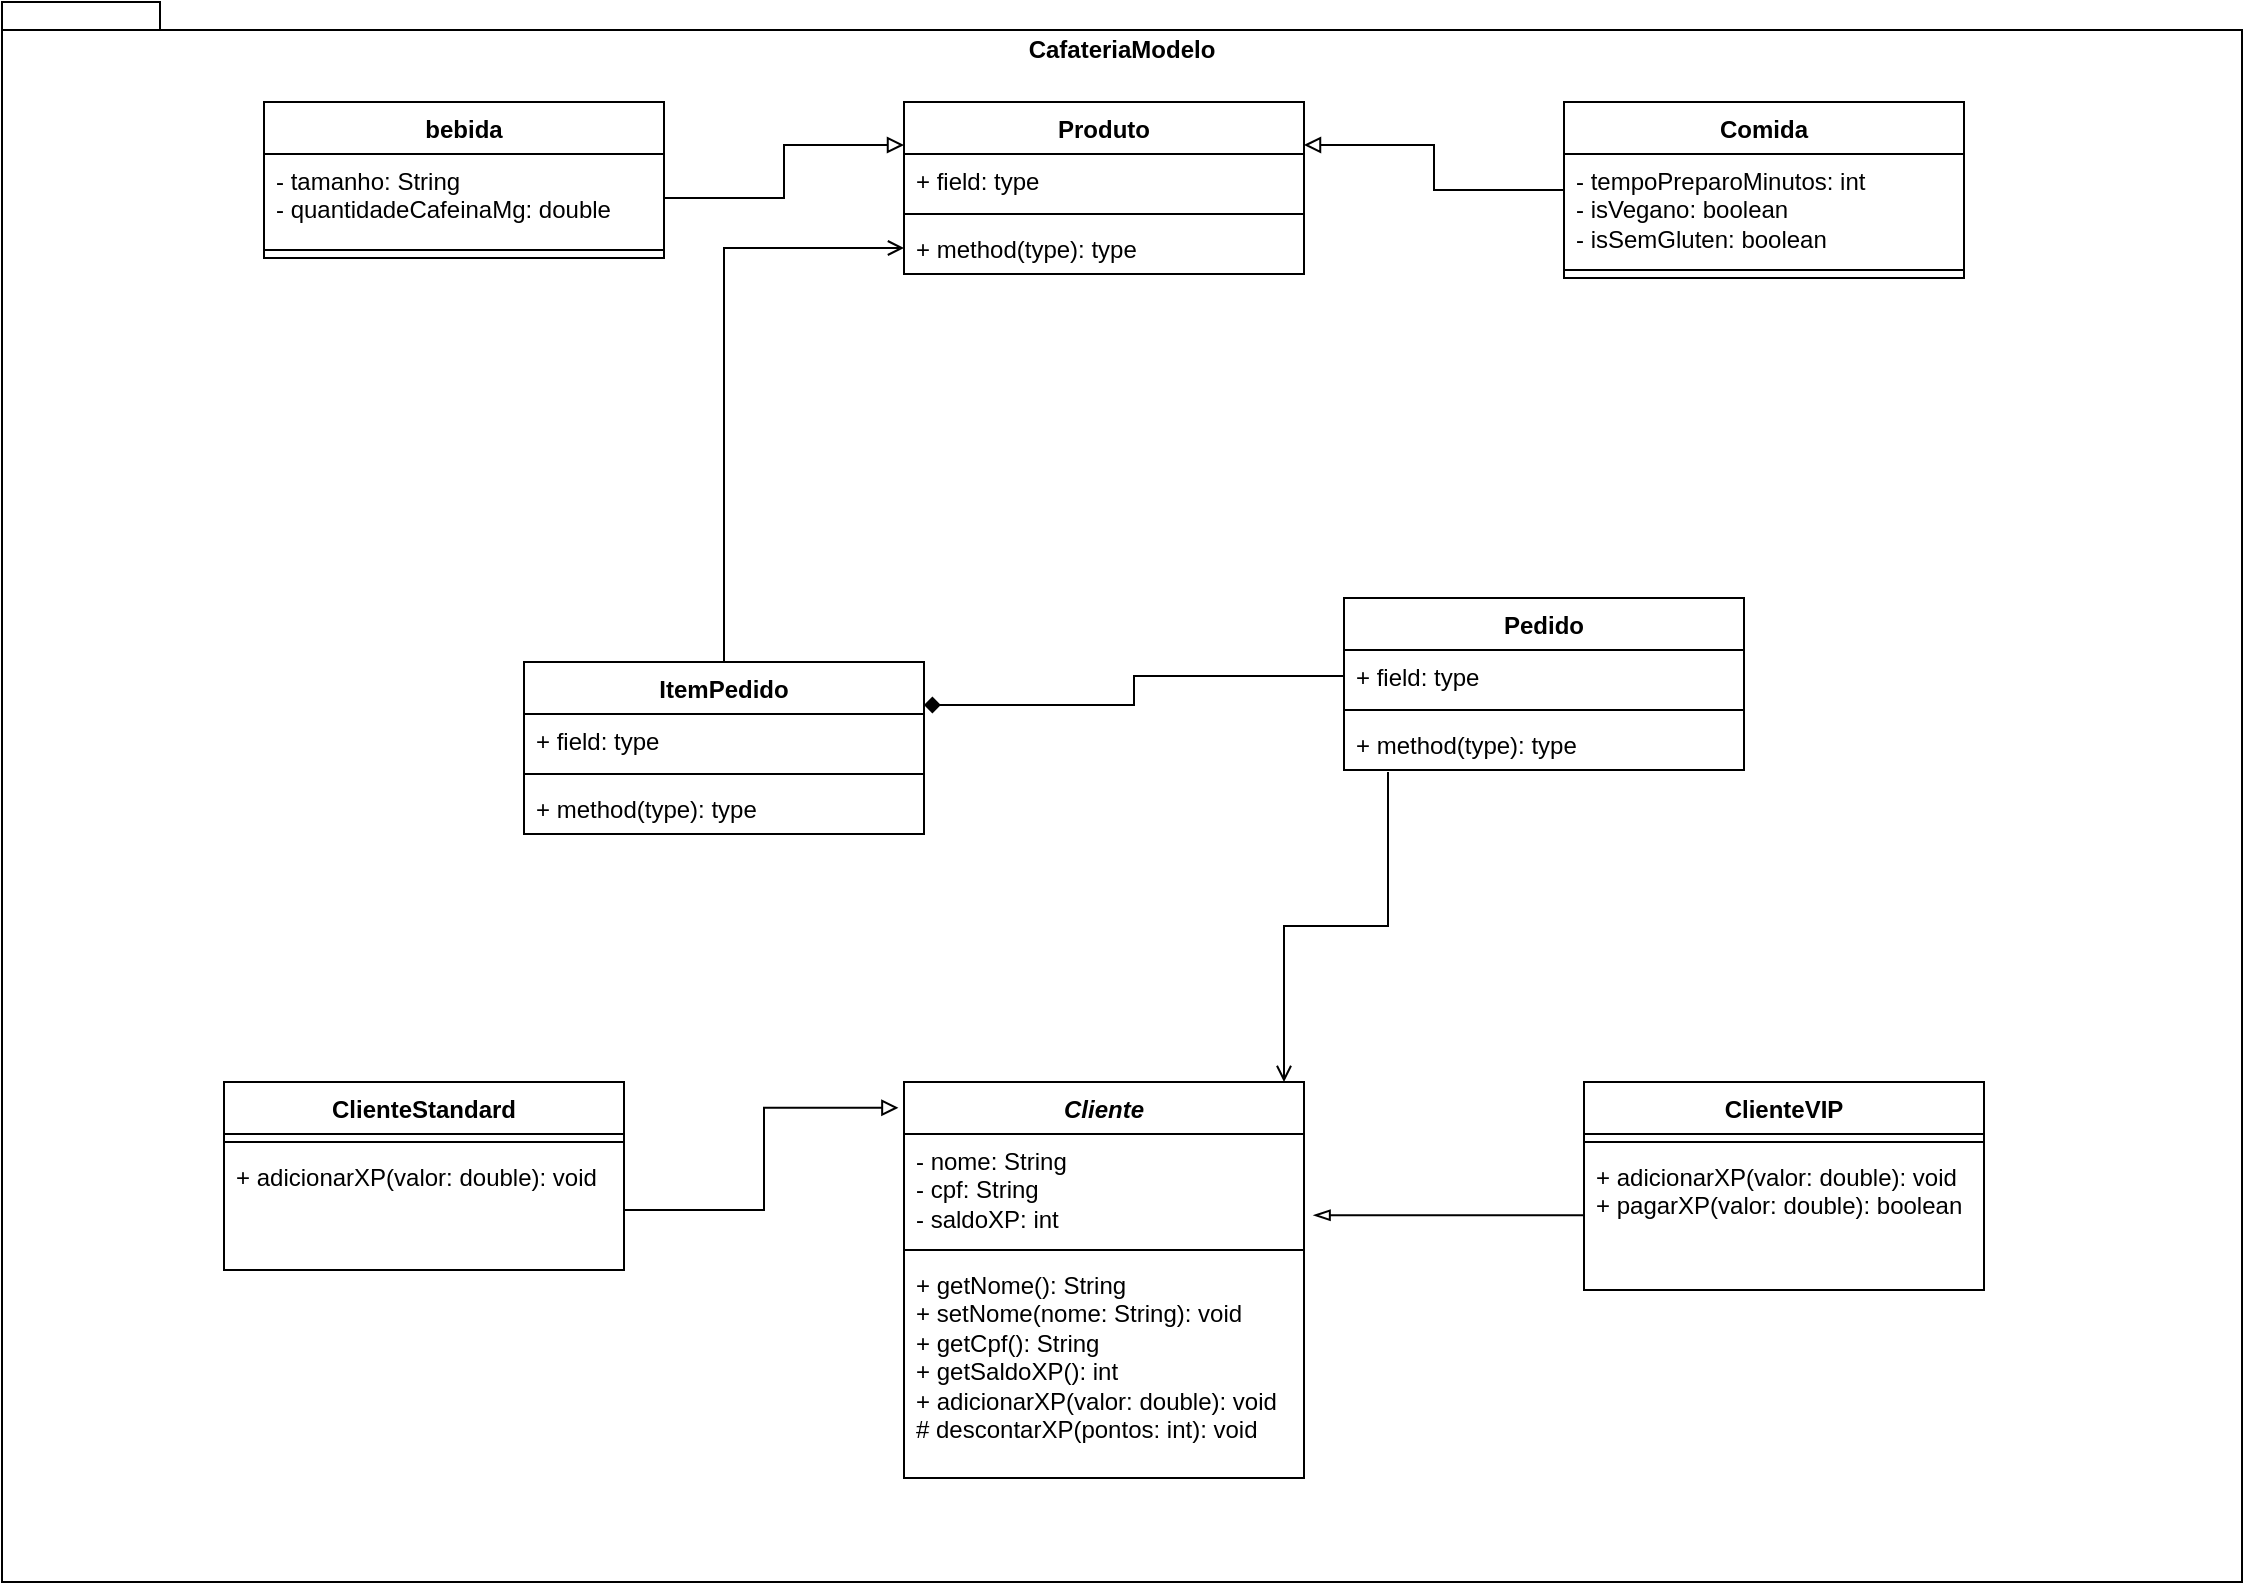
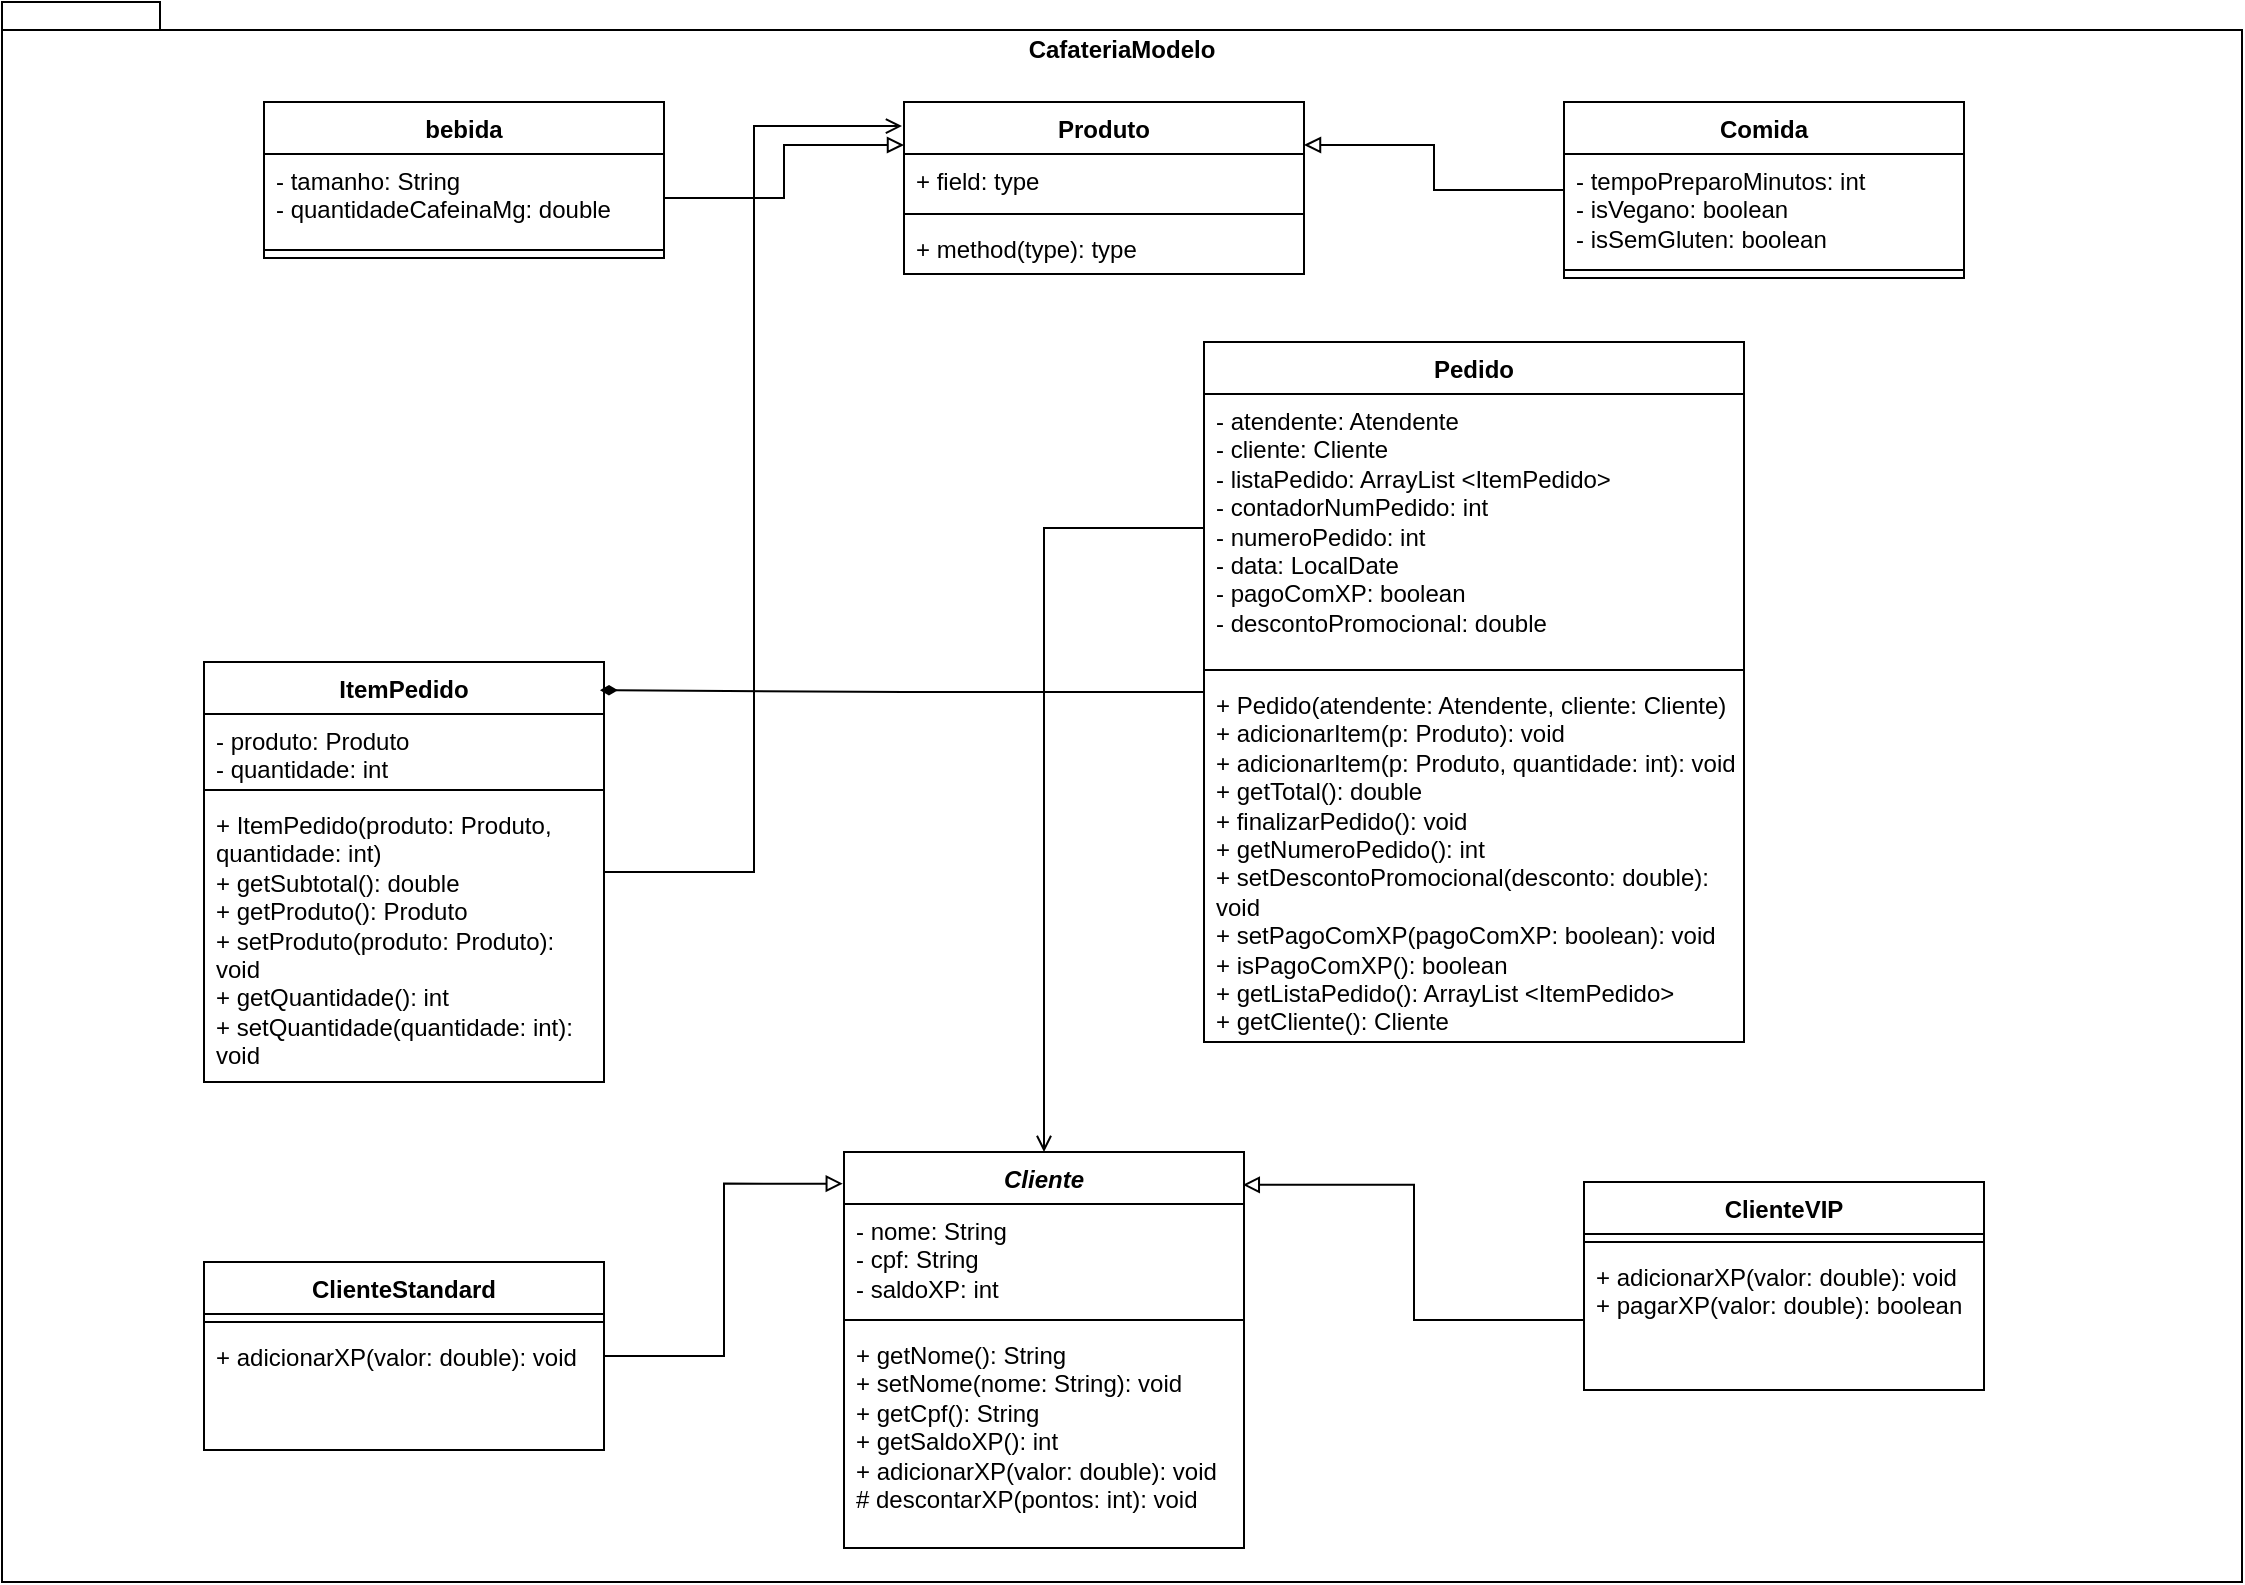
<mxfile host="app.diagrams.net" pages="2">
  <diagram name="Página-1" id="BHc6vVLz4dLHI-nkUbal">
-     <mxGraphModel dx="1416" dy="959" grid="1" gridSize="10" guides="1" tooltips="1" connect="1" arrows="1" fold="1" page="1" pageScale="1" pageWidth="1169" pageHeight="827" math="0" shadow="0">
+     <mxGraphModel dx="1204" dy="815" grid="1" gridSize="10" guides="1" tooltips="1" connect="1" arrows="1" fold="1" page="1" pageScale="1" pageWidth="1169" pageHeight="827" math="0" shadow="0">
      <root>
        <mxCell id="0" />
        <mxCell id="1" parent="0" />
        <mxCell id="-6p6wwXK9CyTQML4sC4Y-2" parent="1" style="shape=folder;fontStyle=1;spacingTop=10;tabWidth=40;tabHeight=14;tabPosition=left;html=1;whiteSpace=wrap;labelBackgroundColor=none;verticalAlign=top;" value="CafateriaModelo" vertex="1">
          <mxGeometry height="790" width="1120" x="89" y="30" as="geometry" />
        </mxCell>
        <mxCell id="-N7grIjUEaKasRwS3V5W-112" parent="1" style="swimlane;fontStyle=1;align=center;verticalAlign=top;childLayout=stackLayout;horizontal=1;startSize=26;horizontalStack=0;resizeParent=1;resizeParentMax=0;resizeLast=0;collapsible=1;marginBottom=0;whiteSpace=wrap;html=1;labelBackgroundColor=none;" value="&lt;i&gt;Cliente&lt;/i&gt;" vertex="1">
-           <mxGeometry height="198" width="200" x="540" y="570" as="geometry" />
+           <mxGeometry height="198" width="200" x="510" y="605" as="geometry" />
        </mxCell>
        <mxCell id="-N7grIjUEaKasRwS3V5W-113" parent="-N7grIjUEaKasRwS3V5W-112" style="text;strokeColor=none;fillColor=none;align=left;verticalAlign=top;spacingLeft=4;spacingRight=4;overflow=hidden;rotatable=0;points=[[0,0.5],[1,0.5]];portConstraint=eastwest;whiteSpace=wrap;html=1;labelBackgroundColor=none;" value="&lt;div&gt;- nome: String&lt;/div&gt;&lt;div&gt;- cpf: String&lt;/div&gt;&lt;div&gt;- saldoXP: int&lt;/div&gt;" vertex="1">
          <mxGeometry height="54" width="200" y="26" as="geometry" />
        </mxCell>
        <mxCell id="-N7grIjUEaKasRwS3V5W-114" parent="-N7grIjUEaKasRwS3V5W-112" style="line;strokeWidth=1;fillColor=none;align=left;verticalAlign=middle;spacingTop=-1;spacingLeft=3;spacingRight=3;rotatable=0;labelPosition=right;points=[];portConstraint=eastwest;labelBackgroundColor=none;" value="" vertex="1">
          <mxGeometry height="8" width="200" y="80" as="geometry" />
        </mxCell>
        <mxCell id="-N7grIjUEaKasRwS3V5W-115" parent="-N7grIjUEaKasRwS3V5W-112" style="text;strokeColor=none;fillColor=none;align=left;verticalAlign=top;spacingLeft=4;spacingRight=4;overflow=hidden;rotatable=0;points=[[0,0.5],[1,0.5]];portConstraint=eastwest;whiteSpace=wrap;html=1;labelBackgroundColor=none;" value="&lt;div&gt;+ getNome(): String&lt;/div&gt;&lt;div&gt;+ setNome(nome: String): void&lt;/div&gt;&lt;div&gt;+ getCpf(): String&lt;/div&gt;&lt;div&gt;+ getSaldoXP(): int&lt;/div&gt;&lt;div&gt;+ adicionarXP(valor: double): void&lt;/div&gt;&lt;div&gt;# descontarXP(pontos: int): void&lt;/div&gt;" vertex="1">
          <mxGeometry height="110" width="200" y="88" as="geometry" />
        </mxCell>
        <mxCell id="-N7grIjUEaKasRwS3V5W-117" parent="1" style="swimlane;fontStyle=1;align=center;verticalAlign=top;childLayout=stackLayout;horizontal=1;startSize=26;horizontalStack=0;resizeParent=1;resizeParentMax=0;resizeLast=0;collapsible=1;marginBottom=0;whiteSpace=wrap;html=1;labelBackgroundColor=none;" value="ClienteStandard" vertex="1">
-           <mxGeometry height="94" width="200" x="200" y="570" as="geometry" />
+           <mxGeometry height="94" width="200" x="190" y="660" as="geometry" />
        </mxCell>
        <mxCell id="-N7grIjUEaKasRwS3V5W-119" parent="-N7grIjUEaKasRwS3V5W-117" style="line;strokeWidth=1;fillColor=none;align=left;verticalAlign=middle;spacingTop=-1;spacingLeft=3;spacingRight=3;rotatable=0;labelPosition=right;points=[];portConstraint=eastwest;labelBackgroundColor=none;" value="" vertex="1">
          <mxGeometry height="8" width="200" y="26" as="geometry" />
        </mxCell>
        <mxCell id="-N7grIjUEaKasRwS3V5W-120" parent="-N7grIjUEaKasRwS3V5W-117" style="text;strokeColor=none;fillColor=none;align=left;verticalAlign=top;spacingLeft=4;spacingRight=4;overflow=hidden;rotatable=0;points=[[0,0.5],[1,0.5]];portConstraint=eastwest;whiteSpace=wrap;html=1;labelBackgroundColor=none;" value="+ adicionarXP(valor: double): void" vertex="1">
          <mxGeometry height="60" width="200" y="34" as="geometry" />
        </mxCell>
-         <mxCell id="-N7grIjUEaKasRwS3V5W-147" edge="1" parent="1" source="-N7grIjUEaKasRwS3V5W-121" style="edgeStyle=orthogonalEdgeStyle;rounded=0;orthogonalLoop=1;jettySize=auto;html=1;endArrow=open;endFill=0;labelBackgroundColor=none;fontColor=default;" target="-N7grIjUEaKasRwS3V5W-136">
-           <mxGeometry relative="1" as="geometry" />
+         <mxCell id="-N7grIjUEaKasRwS3V5W-121" parent="1" style="swimlane;fontStyle=1;align=center;verticalAlign=top;childLayout=stackLayout;horizontal=1;startSize=26;horizontalStack=0;resizeParent=1;resizeParentMax=0;resizeLast=0;collapsible=1;marginBottom=0;whiteSpace=wrap;html=1;labelBackgroundColor=none;" value="ItemPedido" vertex="1">
+           <mxGeometry height="210" width="200" x="190" y="360" as="geometry" />
        </mxCell>
-         <mxCell id="-N7grIjUEaKasRwS3V5W-121" parent="1" style="swimlane;fontStyle=1;align=center;verticalAlign=top;childLayout=stackLayout;horizontal=1;startSize=26;horizontalStack=0;resizeParent=1;resizeParentMax=0;resizeLast=0;collapsible=1;marginBottom=0;whiteSpace=wrap;html=1;labelBackgroundColor=none;" value="ItemPedido" vertex="1">
-           <mxGeometry height="86" width="200" x="350" y="360" as="geometry" />
-         </mxCell>
-         <mxCell id="-N7grIjUEaKasRwS3V5W-122" parent="-N7grIjUEaKasRwS3V5W-121" style="text;strokeColor=none;fillColor=none;align=left;verticalAlign=top;spacingLeft=4;spacingRight=4;overflow=hidden;rotatable=0;points=[[0,0.5],[1,0.5]];portConstraint=eastwest;whiteSpace=wrap;html=1;labelBackgroundColor=none;" value="+ field: type" vertex="1">
-           <mxGeometry height="26" width="200" y="26" as="geometry" />
+         <mxCell id="-N7grIjUEaKasRwS3V5W-122" parent="-N7grIjUEaKasRwS3V5W-121" style="text;strokeColor=none;fillColor=none;align=left;verticalAlign=top;spacingLeft=4;spacingRight=4;overflow=hidden;rotatable=0;points=[[0,0.5],[1,0.5]];portConstraint=eastwest;whiteSpace=wrap;html=1;labelBackgroundColor=none;" value="&lt;div&gt;- produto: Produto&lt;/div&gt;&lt;div&gt;- quantidade: int&lt;/div&gt;" vertex="1">
+           <mxGeometry height="34" width="200" y="26" as="geometry" />
        </mxCell>
        <mxCell id="-N7grIjUEaKasRwS3V5W-123" parent="-N7grIjUEaKasRwS3V5W-121" style="line;strokeWidth=1;fillColor=none;align=left;verticalAlign=middle;spacingTop=-1;spacingLeft=3;spacingRight=3;rotatable=0;labelPosition=right;points=[];portConstraint=eastwest;labelBackgroundColor=none;" value="" vertex="1">
-           <mxGeometry height="8" width="200" y="52" as="geometry" />
+           <mxGeometry height="8" width="200" y="60" as="geometry" />
        </mxCell>
-         <mxCell id="-N7grIjUEaKasRwS3V5W-124" parent="-N7grIjUEaKasRwS3V5W-121" style="text;strokeColor=none;fillColor=none;align=left;verticalAlign=top;spacingLeft=4;spacingRight=4;overflow=hidden;rotatable=0;points=[[0,0.5],[1,0.5]];portConstraint=eastwest;whiteSpace=wrap;html=1;labelBackgroundColor=none;" value="+ method(type): type" vertex="1">
-           <mxGeometry height="26" width="200" y="60" as="geometry" />
+         <mxCell id="-N7grIjUEaKasRwS3V5W-124" parent="-N7grIjUEaKasRwS3V5W-121" style="text;strokeColor=none;fillColor=none;align=left;verticalAlign=top;spacingLeft=4;spacingRight=4;overflow=hidden;rotatable=0;points=[[0,0.5],[1,0.5]];portConstraint=eastwest;whiteSpace=wrap;html=1;labelBackgroundColor=none;" value="&lt;div&gt;+ ItemPedido(produto: Produto, quantidade: int)&lt;/div&gt;&lt;div&gt;+ getSubtotal(): double&lt;/div&gt;&lt;div&gt;+ getProduto(): Produto&lt;/div&gt;&lt;div&gt;+ setProduto(produto: Produto): void&lt;/div&gt;&lt;div&gt;+ getQuantidade(): int&lt;/div&gt;&lt;div&gt;+ setQuantidade(quantidade: int): void&lt;/div&gt;" vertex="1">
+           <mxGeometry height="142" width="200" y="68" as="geometry" />
        </mxCell>
        <mxCell id="-N7grIjUEaKasRwS3V5W-125" parent="1" style="swimlane;fontStyle=1;align=center;verticalAlign=top;childLayout=stackLayout;horizontal=1;startSize=26;horizontalStack=0;resizeParent=1;resizeParentMax=0;resizeLast=0;collapsible=1;marginBottom=0;whiteSpace=wrap;html=1;labelBackgroundColor=none;" value="Pedido" vertex="1">
-           <mxGeometry height="86" width="200" x="760" y="328" as="geometry" />
+           <mxGeometry height="350" width="270" x="690" y="200" as="geometry" />
        </mxCell>
-         <mxCell id="-N7grIjUEaKasRwS3V5W-126" parent="-N7grIjUEaKasRwS3V5W-125" style="text;strokeColor=none;fillColor=none;align=left;verticalAlign=top;spacingLeft=4;spacingRight=4;overflow=hidden;rotatable=0;points=[[0,0.5],[1,0.5]];portConstraint=eastwest;whiteSpace=wrap;html=1;labelBackgroundColor=none;" value="+ field: type" vertex="1">
-           <mxGeometry height="26" width="200" y="26" as="geometry" />
+         <mxCell id="-N7grIjUEaKasRwS3V5W-126" parent="-N7grIjUEaKasRwS3V5W-125" style="text;strokeColor=none;fillColor=none;align=left;verticalAlign=top;spacingLeft=4;spacingRight=4;overflow=hidden;rotatable=0;points=[[0,0.5],[1,0.5]];portConstraint=eastwest;whiteSpace=wrap;html=1;labelBackgroundColor=none;" value="&lt;div&gt;&lt;div&gt;- atendente: Atendente&lt;/div&gt;&lt;div&gt;- cliente: Cliente&lt;/div&gt;&lt;div&gt;- listaPedido: ArrayList &amp;lt;ItemPedido&amp;gt;&lt;/div&gt;&lt;div&gt;- contadorNumPedido: int&lt;/div&gt;&lt;div&gt;- numeroPedido: int&lt;/div&gt;&lt;div&gt;- data: LocalDate&lt;/div&gt;&lt;div&gt;- pagoComXP: boolean&lt;/div&gt;&lt;div&gt;- descontoPromocional: double&lt;/div&gt;&lt;/div&gt;" vertex="1">
+           <mxGeometry height="134" width="270" y="26" as="geometry" />
        </mxCell>
        <mxCell id="-N7grIjUEaKasRwS3V5W-127" parent="-N7grIjUEaKasRwS3V5W-125" style="line;strokeWidth=1;fillColor=none;align=left;verticalAlign=middle;spacingTop=-1;spacingLeft=3;spacingRight=3;rotatable=0;labelPosition=right;points=[];portConstraint=eastwest;labelBackgroundColor=none;" value="" vertex="1">
-           <mxGeometry height="8" width="200" y="52" as="geometry" />
+           <mxGeometry height="8" width="270" y="160" as="geometry" />
        </mxCell>
-         <mxCell id="-N7grIjUEaKasRwS3V5W-128" parent="-N7grIjUEaKasRwS3V5W-125" style="text;strokeColor=none;fillColor=none;align=left;verticalAlign=top;spacingLeft=4;spacingRight=4;overflow=hidden;rotatable=0;points=[[0,0.5],[1,0.5]];portConstraint=eastwest;whiteSpace=wrap;html=1;labelBackgroundColor=none;" value="+ method(type): type" vertex="1">
-           <mxGeometry height="26" width="200" y="60" as="geometry" />
+         <mxCell id="-N7grIjUEaKasRwS3V5W-128" parent="-N7grIjUEaKasRwS3V5W-125" style="text;strokeColor=none;fillColor=none;align=left;verticalAlign=top;spacingLeft=4;spacingRight=4;overflow=hidden;rotatable=0;points=[[0,0.5],[1,0.5]];portConstraint=eastwest;whiteSpace=wrap;html=1;labelBackgroundColor=none;" value="&lt;div&gt;+ Pedido(atendente: Atendente, cliente: Cliente)&lt;/div&gt;&lt;div&gt;+ adicionarItem(p: Produto): void&lt;/div&gt;&lt;div&gt;+ adicionarItem(p: Produto, quantidade: int): void&lt;/div&gt;&lt;div&gt;+ getTotal(): double&lt;/div&gt;&lt;div&gt;+ finalizarPedido(): void&lt;/div&gt;&lt;div&gt;+ getNumeroPedido(): int&lt;/div&gt;&lt;div&gt;+ setDescontoPromocional(desconto: double): void&lt;/div&gt;&lt;div&gt;+ setPagoComXP(pagoComXP: boolean): void&lt;/div&gt;&lt;div&gt;+ isPagoComXP(): boolean&lt;/div&gt;&lt;div&gt;+ getListaPedido(): ArrayList &amp;lt;ItemPedido&amp;gt;&lt;/div&gt;&lt;div&gt;+ getCliente(): Cliente&lt;/div&gt;" vertex="1">
+           <mxGeometry height="182" width="270" y="168" as="geometry" />
        </mxCell>
        <mxCell id="-N7grIjUEaKasRwS3V5W-129" parent="1" style="swimlane;fontStyle=1;align=center;verticalAlign=top;childLayout=stackLayout;horizontal=1;startSize=26;horizontalStack=0;resizeParent=1;resizeParentMax=0;resizeLast=0;collapsible=1;marginBottom=0;whiteSpace=wrap;html=1;labelBackgroundColor=none;" value="bebida" vertex="1">
          <mxGeometry height="78" width="200" x="220" y="80" as="geometry" />
        </mxCell>
        <mxCell id="-N7grIjUEaKasRwS3V5W-130" parent="-N7grIjUEaKasRwS3V5W-129" style="text;strokeColor=none;fillColor=none;align=left;verticalAlign=top;spacingLeft=4;spacingRight=4;overflow=hidden;rotatable=0;points=[[0,0.5],[1,0.5]];portConstraint=eastwest;whiteSpace=wrap;html=1;labelBackgroundColor=none;" value="&lt;div&gt;- tamanho: String&amp;nbsp;&lt;/div&gt;&lt;div&gt;- quantidadeCafeinaMg: double&amp;nbsp;&lt;/div&gt;" vertex="1">
          <mxGeometry height="44" width="200" y="26" as="geometry" />
        </mxCell>
        <mxCell id="-N7grIjUEaKasRwS3V5W-131" parent="-N7grIjUEaKasRwS3V5W-129" style="line;strokeWidth=1;fillColor=none;align=left;verticalAlign=middle;spacingTop=-1;spacingLeft=3;spacingRight=3;rotatable=0;labelPosition=right;points=[];portConstraint=eastwest;labelBackgroundColor=none;" value="" vertex="1">
          <mxGeometry height="8" width="200" y="70" as="geometry" />
        </mxCell>
        <mxCell id="-N7grIjUEaKasRwS3V5W-133" parent="1" style="swimlane;fontStyle=1;align=center;verticalAlign=top;childLayout=stackLayout;horizontal=1;startSize=26;horizontalStack=0;resizeParent=1;resizeParentMax=0;resizeLast=0;collapsible=1;marginBottom=0;whiteSpace=wrap;html=1;labelBackgroundColor=none;" value="Produto" vertex="1">
          <mxGeometry height="86" width="200" x="540" y="80" as="geometry" />
        </mxCell>
        <mxCell id="-N7grIjUEaKasRwS3V5W-134" parent="-N7grIjUEaKasRwS3V5W-133" style="text;strokeColor=none;fillColor=none;align=left;verticalAlign=top;spacingLeft=4;spacingRight=4;overflow=hidden;rotatable=0;points=[[0,0.5],[1,0.5]];portConstraint=eastwest;whiteSpace=wrap;html=1;labelBackgroundColor=none;" value="+ field: type" vertex="1">
          <mxGeometry height="26" width="200" y="26" as="geometry" />
        </mxCell>
        <mxCell id="-N7grIjUEaKasRwS3V5W-135" parent="-N7grIjUEaKasRwS3V5W-133" style="line;strokeWidth=1;fillColor=none;align=left;verticalAlign=middle;spacingTop=-1;spacingLeft=3;spacingRight=3;rotatable=0;labelPosition=right;points=[];portConstraint=eastwest;labelBackgroundColor=none;" value="" vertex="1">
          <mxGeometry height="8" width="200" y="52" as="geometry" />
        </mxCell>
        <mxCell id="-N7grIjUEaKasRwS3V5W-136" parent="-N7grIjUEaKasRwS3V5W-133" style="text;strokeColor=none;fillColor=none;align=left;verticalAlign=top;spacingLeft=4;spacingRight=4;overflow=hidden;rotatable=0;points=[[0,0.5],[1,0.5]];portConstraint=eastwest;whiteSpace=wrap;html=1;labelBackgroundColor=none;" value="+ method(type): type" vertex="1">
          <mxGeometry height="26" width="200" y="60" as="geometry" />
        </mxCell>
        <mxCell id="-N7grIjUEaKasRwS3V5W-145" edge="1" parent="1" source="-N7grIjUEaKasRwS3V5W-137" style="edgeStyle=orthogonalEdgeStyle;rounded=0;orthogonalLoop=1;jettySize=auto;html=1;entryX=1;entryY=0.25;entryDx=0;entryDy=0;endArrow=block;endFill=0;labelBackgroundColor=none;fontColor=default;" target="-N7grIjUEaKasRwS3V5W-133">
          <mxGeometry relative="1" as="geometry" />
        </mxCell>
        <mxCell id="-N7grIjUEaKasRwS3V5W-137" parent="1" style="swimlane;fontStyle=1;align=center;verticalAlign=top;childLayout=stackLayout;horizontal=1;startSize=26;horizontalStack=0;resizeParent=1;resizeParentMax=0;resizeLast=0;collapsible=1;marginBottom=0;whiteSpace=wrap;html=1;labelBackgroundColor=none;" value="Comida" vertex="1">
          <mxGeometry height="88" width="200" x="870" y="80" as="geometry" />
        </mxCell>
        <mxCell id="-N7grIjUEaKasRwS3V5W-138" parent="-N7grIjUEaKasRwS3V5W-137" style="text;strokeColor=none;fillColor=none;align=left;verticalAlign=top;spacingLeft=4;spacingRight=4;overflow=hidden;rotatable=0;points=[[0,0.5],[1,0.5]];portConstraint=eastwest;whiteSpace=wrap;html=1;labelBackgroundColor=none;" value="&lt;div&gt;- tempoPreparoMinutos: int&amp;nbsp;&lt;/div&gt;&lt;div&gt;- isVegano: boolean&lt;/div&gt;&lt;div&gt;- isSemGluten: boolean&lt;/div&gt;" vertex="1">
          <mxGeometry height="54" width="200" y="26" as="geometry" />
        </mxCell>
        <mxCell id="-N7grIjUEaKasRwS3V5W-139" parent="-N7grIjUEaKasRwS3V5W-137" style="line;strokeWidth=1;fillColor=none;align=left;verticalAlign=middle;spacingTop=-1;spacingLeft=3;spacingRight=3;rotatable=0;labelPosition=right;points=[];portConstraint=eastwest;labelBackgroundColor=none;" value="" vertex="1">
          <mxGeometry height="8" width="200" y="80" as="geometry" />
        </mxCell>
        <mxCell id="-N7grIjUEaKasRwS3V5W-141" parent="1" style="swimlane;fontStyle=1;align=center;verticalAlign=top;childLayout=stackLayout;horizontal=1;startSize=26;horizontalStack=0;resizeParent=1;resizeParentMax=0;resizeLast=0;collapsible=1;marginBottom=0;whiteSpace=wrap;html=1;labelBackgroundColor=none;" value="ClienteVIP" vertex="1">
-           <mxGeometry height="104" width="200" x="880" y="570" as="geometry" />
+           <mxGeometry height="104" width="200" x="880" y="620" as="geometry" />
        </mxCell>
        <mxCell id="-N7grIjUEaKasRwS3V5W-143" parent="-N7grIjUEaKasRwS3V5W-141" style="line;strokeWidth=1;fillColor=none;align=left;verticalAlign=middle;spacingTop=-1;spacingLeft=3;spacingRight=3;rotatable=0;labelPosition=right;points=[];portConstraint=eastwest;labelBackgroundColor=none;" value="" vertex="1">
          <mxGeometry height="8" width="200" y="26" as="geometry" />
        </mxCell>
        <mxCell id="-N7grIjUEaKasRwS3V5W-144" parent="-N7grIjUEaKasRwS3V5W-141" style="text;strokeColor=none;fillColor=none;align=left;verticalAlign=top;spacingLeft=4;spacingRight=4;overflow=hidden;rotatable=0;points=[[0,0.5],[1,0.5]];portConstraint=eastwest;whiteSpace=wrap;html=1;labelBackgroundColor=none;" value="&lt;div&gt;+ adicionarXP(valor: double): void&lt;/div&gt;&lt;div&gt;+ pagarXP(valor: double): boolean&lt;/div&gt;" vertex="1">
          <mxGeometry height="70" width="200" y="34" as="geometry" />
        </mxCell>
        <mxCell id="-N7grIjUEaKasRwS3V5W-146" edge="1" parent="1" source="-N7grIjUEaKasRwS3V5W-130" style="edgeStyle=orthogonalEdgeStyle;rounded=0;orthogonalLoop=1;jettySize=auto;html=1;entryX=0;entryY=0.25;entryDx=0;entryDy=0;endArrow=block;endFill=0;labelBackgroundColor=none;fontColor=default;" target="-N7grIjUEaKasRwS3V5W-133">
          <mxGeometry relative="1" as="geometry" />
        </mxCell>
-         <mxCell id="-N7grIjUEaKasRwS3V5W-148" edge="1" parent="1" source="-N7grIjUEaKasRwS3V5W-126" style="edgeStyle=orthogonalEdgeStyle;rounded=0;orthogonalLoop=1;jettySize=auto;html=1;entryX=1;entryY=0.25;entryDx=0;entryDy=0;endArrow=diamond;endFill=1;labelBackgroundColor=none;fontColor=default;" target="-N7grIjUEaKasRwS3V5W-121">
+         <mxCell id="_GvanaEbI6E6WvVkPF4k-1" edge="1" parent="1" source="-N7grIjUEaKasRwS3V5W-144" style="edgeStyle=orthogonalEdgeStyle;rounded=0;orthogonalLoop=1;jettySize=auto;html=1;entryX=0.997;entryY=0.083;entryDx=0;entryDy=0;entryPerimeter=0;endArrow=block;endFill=0;" target="-N7grIjUEaKasRwS3V5W-112">
          <mxGeometry relative="1" as="geometry" />
        </mxCell>
-         <mxCell id="-N7grIjUEaKasRwS3V5W-149" edge="1" parent="1" style="edgeStyle=orthogonalEdgeStyle;rounded=0;orthogonalLoop=1;jettySize=auto;html=1;endArrow=open;endFill=0;labelBackgroundColor=none;fontColor=default;">
-           <mxGeometry relative="1" as="geometry">
-             <Array as="points">
-               <mxPoint x="782" y="415" />
-               <mxPoint x="782" y="492" />
-               <mxPoint x="730" y="492" />
-             </Array>
-             <mxPoint x="782" y="415" as="sourcePoint" />
-             <mxPoint x="730" y="570" as="targetPoint" />
-           </mxGeometry>
+         <mxCell id="_GvanaEbI6E6WvVkPF4k-2" edge="1" parent="1" source="-N7grIjUEaKasRwS3V5W-117" style="edgeStyle=orthogonalEdgeStyle;rounded=0;orthogonalLoop=1;jettySize=auto;html=1;entryX=-0.003;entryY=0.08;entryDx=0;entryDy=0;entryPerimeter=0;endArrow=block;endFill=0;" target="-N7grIjUEaKasRwS3V5W-112">
+           <mxGeometry relative="1" as="geometry" />
        </mxCell>
-         <mxCell id="-N7grIjUEaKasRwS3V5W-150" edge="1" parent="1" source="-N7grIjUEaKasRwS3V5W-144" style="edgeStyle=orthogonalEdgeStyle;rounded=0;orthogonalLoop=1;jettySize=auto;html=1;entryX=1.024;entryY=0.752;entryDx=0;entryDy=0;entryPerimeter=0;endArrow=blockThin;endFill=0;labelBackgroundColor=none;fontColor=default;" target="-N7grIjUEaKasRwS3V5W-113">
-           <mxGeometry relative="1" as="geometry">
-             <Array as="points">
-               <mxPoint x="810" y="637" />
-             </Array>
-           </mxGeometry>
+         <mxCell id="_GvanaEbI6E6WvVkPF4k-3" edge="1" parent="1" source="-N7grIjUEaKasRwS3V5W-121" style="edgeStyle=orthogonalEdgeStyle;rounded=0;orthogonalLoop=1;jettySize=auto;html=1;entryX=-0.005;entryY=0.14;entryDx=0;entryDy=0;entryPerimeter=0;endArrow=open;endFill=0;" target="-N7grIjUEaKasRwS3V5W-133">
+           <mxGeometry relative="1" as="geometry" />
        </mxCell>
-         <mxCell id="-N7grIjUEaKasRwS3V5W-151" edge="1" parent="1" source="-N7grIjUEaKasRwS3V5W-120" style="edgeStyle=orthogonalEdgeStyle;rounded=0;orthogonalLoop=1;jettySize=auto;html=1;entryX=-0.014;entryY=0.065;entryDx=0;entryDy=0;entryPerimeter=0;endArrow=block;endFill=0;labelBackgroundColor=none;fontColor=default;" target="-N7grIjUEaKasRwS3V5W-112">
+         <mxCell id="_GvanaEbI6E6WvVkPF4k-5" edge="1" parent="1" source="-N7grIjUEaKasRwS3V5W-125" style="edgeStyle=orthogonalEdgeStyle;rounded=0;orthogonalLoop=1;jettySize=auto;html=1;entryX=0.99;entryY=0.067;entryDx=0;entryDy=0;entryPerimeter=0;endArrow=diamondThin;endFill=1;" target="-N7grIjUEaKasRwS3V5W-121">
+           <mxGeometry relative="1" as="geometry" />
+         </mxCell>
+         <mxCell id="_GvanaEbI6E6WvVkPF4k-7" edge="1" parent="1" source="-N7grIjUEaKasRwS3V5W-126" style="edgeStyle=orthogonalEdgeStyle;rounded=0;orthogonalLoop=1;jettySize=auto;html=1;endArrow=open;endFill=0;" target="-N7grIjUEaKasRwS3V5W-112">
          <mxGeometry relative="1" as="geometry" />
        </mxCell>
      </root>
    </mxGraphModel>
  </diagram>
  <diagram id="3gOUqipN2WkExCGkTTpj" name="Página-2">
    <mxGraphModel dx="1435" dy="815" grid="1" gridSize="10" guides="1" tooltips="1" connect="1" arrows="1" fold="1" page="1" pageScale="1" pageWidth="1169" pageHeight="827" math="0" shadow="0">
      <root>
        <mxCell id="0" />
        <mxCell id="1" parent="0" />
      </root>
    </mxGraphModel>
  </diagram>
</mxfile>
